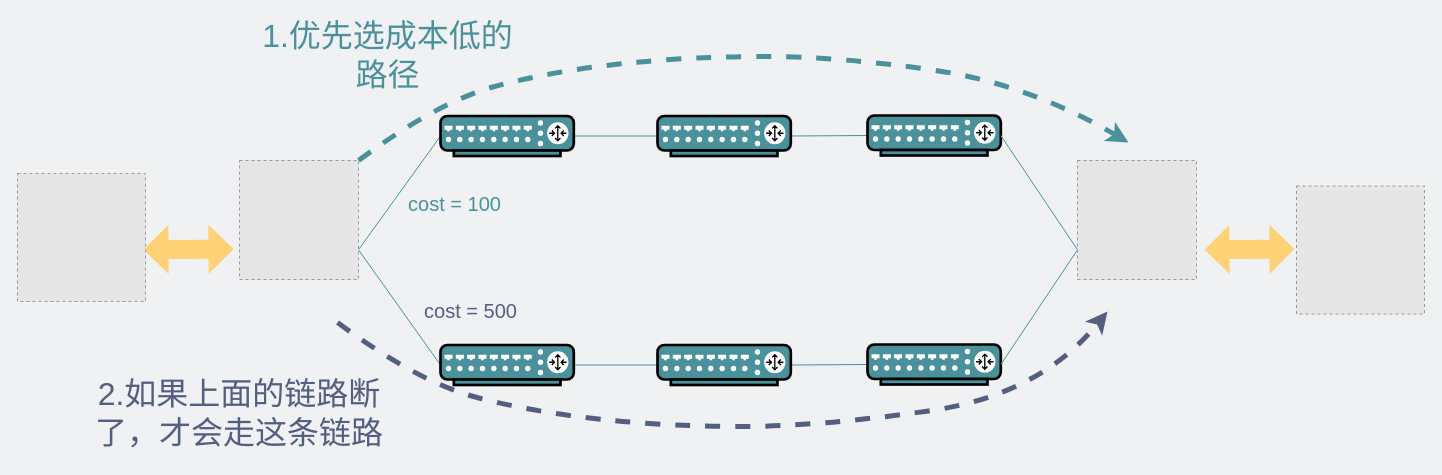
xiaobaiTech/image keeps this draw.io diagram as network/利用ECMP可以同时使用两条链路.drawio. Above is the earlier version. Source tidied: cells renumbered, new cells numbered last; positions are measured from the earlier drawing's top-left corner, leaving out a move shared by most shapes. Both pictures are drawn from the tidied source at 100%, with x=0, y=0 at pixel (17, 28). Pictures stored in the file or linked from it are replaced by grey dashed boxes.
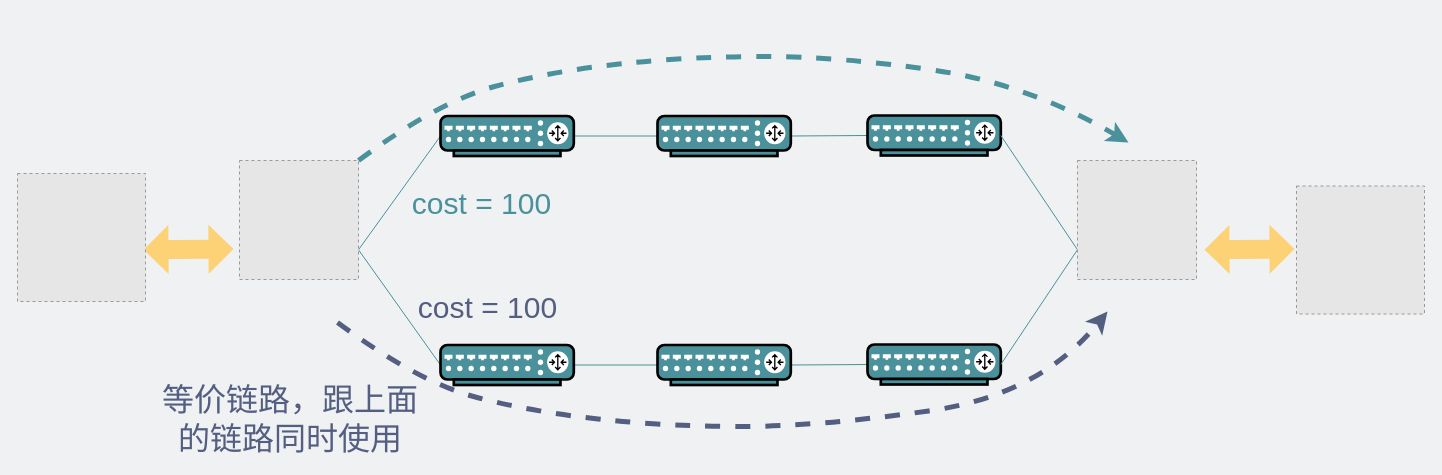
The same diagram, later.

Commit message:
更新利用ECMP可以同时使用两条链路.drawio

Diff of the diagram source:
```diff
@@
-    <mxCell id="22" value="&lt;font color=&quot;#4a919b&quot; style=&quot;font-size: 20px;&quot;&gt;cost = 100&lt;/font&gt;" style="text;html=1;strokeColor=none;fillColor=none;align=center;verticalAlign=middle;whiteSpace=wrap;rounded=0;" parent="1" vertex="1">
-      <mxGeometry x="387" y="155" width="101" height="39" as="geometry" />
+    <mxCell id="22" value="&lt;font color=&quot;#4a919b&quot; style=&quot;font-size: 30px;&quot;&gt;cost = 100&lt;/font&gt;" style="text;html=1;strokeColor=none;fillColor=none;align=center;verticalAlign=middle;whiteSpace=wrap;rounded=0;" parent="1" vertex="1">
+      <mxGeometry x="387" y="155" width="155" height="39" as="geometry" />
     </mxCell>
-    <mxCell id="23" value="&lt;font color=&quot;#535e80&quot; style=&quot;font-size: 20px;&quot;&gt;cost = 500&lt;/font&gt;" style="text;html=1;strokeColor=none;fillColor=none;align=center;verticalAlign=middle;whiteSpace=wrap;rounded=0;" parent="1" vertex="1">
-      <mxGeometry x="403" y="262" width="101" height="39" as="geometry" />
+    <mxCell id="23" value="&lt;font color=&quot;#535e80&quot; style=&quot;font-size: 30px;&quot;&gt;cost = 100&lt;/font&gt;" style="text;html=1;strokeColor=none;fillColor=none;align=center;verticalAlign=middle;whiteSpace=wrap;rounded=0;" parent="1" vertex="1">
+      <mxGeometry x="395" y="259" width="151" height="39" as="geometry" />
     </mxCell>
@@
-    <mxCell id="26" value="&lt;font style=&quot;font-size: 32px;&quot; color=&quot;#4a919b&quot;&gt;1.优先选成本低的路径&lt;/font&gt;" style="text;html=1;strokeColor=none;fillColor=none;align=center;verticalAlign=middle;whiteSpace=wrap;rounded=0;fontSize=20;fontColor=#535E80;" parent="1" vertex="1">
-      <mxGeometry x="243" width="255" height="54" as="geometry" />
-    </mxCell>
-    <mxCell id="27" value="&lt;font style=&quot;font-size: 32px;&quot;&gt;2.如果上面的链路断了，才会走这条链路&lt;/font&gt;" style="text;html=1;strokeColor=none;fillColor=none;align=center;verticalAlign=middle;whiteSpace=wrap;rounded=0;fontSize=20;fontColor=#535E80;" parent="1" vertex="1">
-      <mxGeometry x="57" y="366" width="330" height="38" as="geometry" />
+    <mxCell id="27" value="&lt;font style=&quot;font-size: 32px;&quot;&gt;等价链路，跟上面&lt;br&gt;的链路同时使用&lt;br&gt;&lt;/font&gt;" style="text;html=1;strokeColor=none;fillColor=none;align=center;verticalAlign=middle;whiteSpace=wrap;rounded=0;fontSize=20;fontColor=#535E80;" parent="1" vertex="1">
+      <mxGeometry x="108" y="372" width="330" height="38" as="geometry" />
     </mxCell>
```
